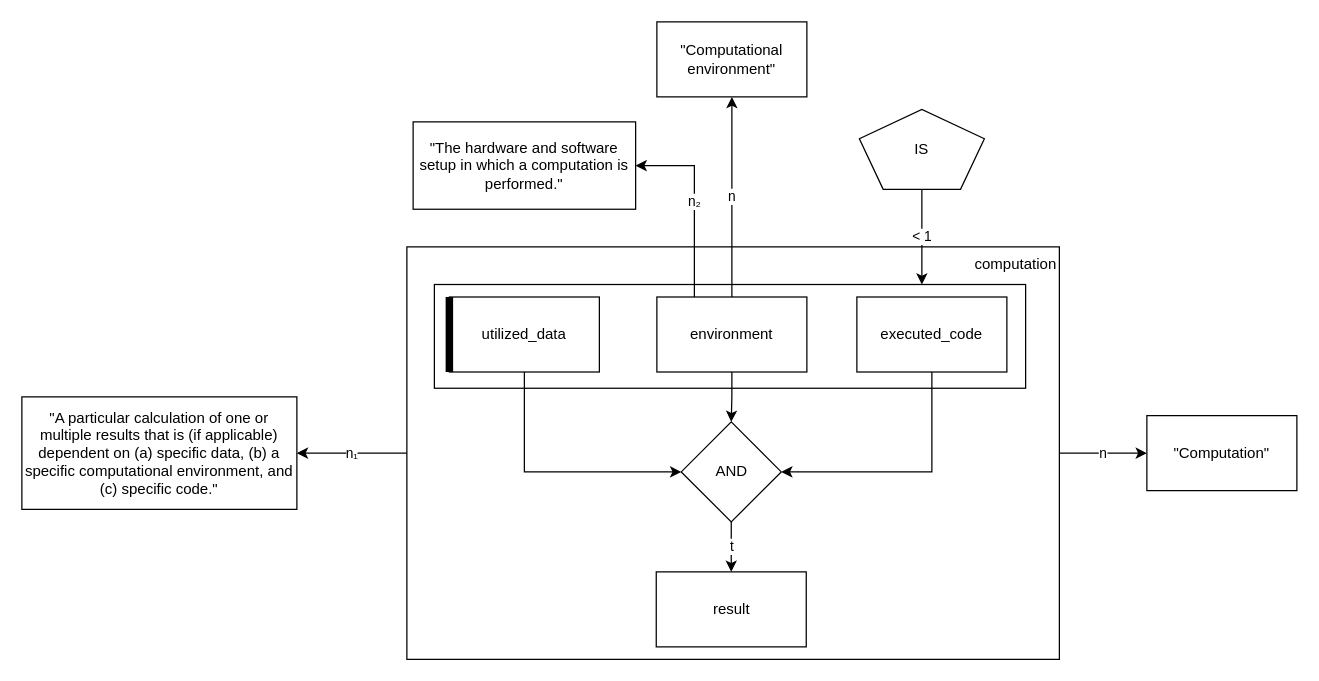
nicebread/scientific_errors keeps this draw.io diagram as page "11-computation" (7 of 11) of model-analysis-errors.drawio. Above is the earlier version. Source tidied: cells renumbered, new cells numbered last; positions are measured from the earlier drawing's top-left corner, leaving out a move shared by most shapes. Both pictures are drawn from the tidied source at 125%, with x=0, y=0 at pixel (21, 21).
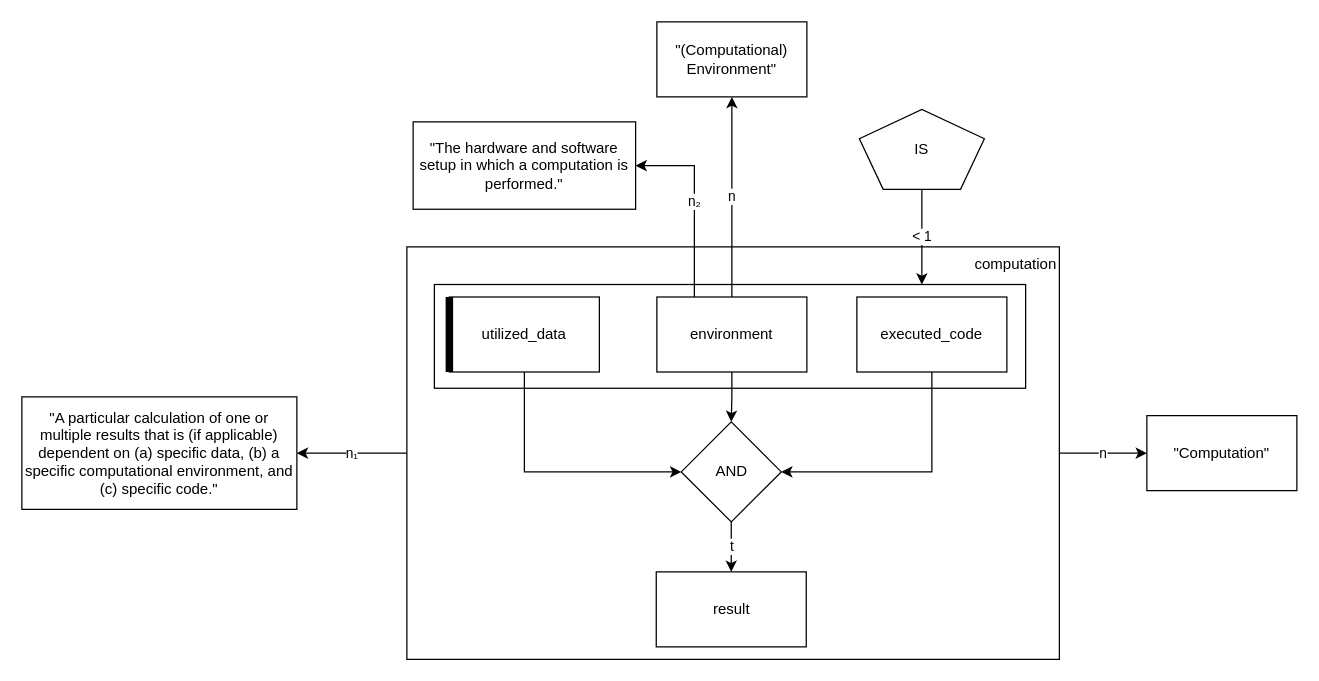
The same page after the edit.

Commit message:
In "computational environment", make "computational" optional

Diff of the diagram source:
```diff
@@
-    <mxCell id="12" value="&quot;Computational environment&quot;" style="rounded=0;whiteSpace=wrap;html=1;" parent="1" vertex="1">
+    <mxCell id="12" value="&quot;(Computational) Environment&quot;" style="rounded=0;whiteSpace=wrap;html=1;" parent="1" vertex="1">
       <mxGeometry x="508" width="120" height="60" as="geometry" />
     </mxCell>
```
